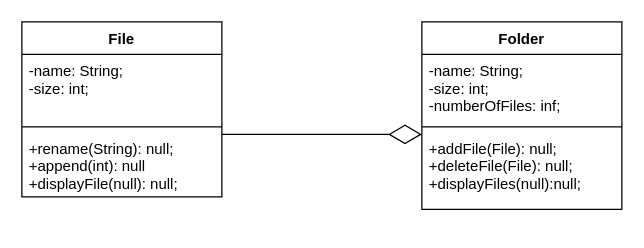
The draw.io diagram 07-AggregationAndComposition/FileSystem.drawio in Malichenko-Maksym/pp3, before the edit. Source tidied: cells renumbered, new cells numbered last; positions are measured from the earlier drawing's top-left corner, leaving out a move shared by most shapes. Both pictures are drawn from the tidied source at 125%, with x=0, y=0 at pixel (21, 21).
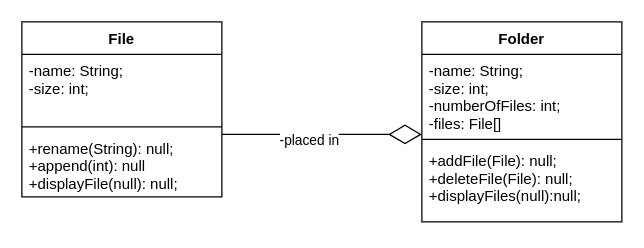
The same page after the edit.

Change to the diagram source:
```diff
@@
 <mxGraphModel>
   <root>
     <mxCell id="0" />
     <mxCell id="1" parent="0" />
     <mxCell id="2" value="File" style="swimlane;fontStyle=1;align=center;verticalAlign=top;horizontal=1;startSize=26;" parent="1" vertex="1">
       <mxGeometry width="160" height="140" as="geometry" />
     </mxCell>
     <mxCell id="3" value="-name: String;&#10;-size: int;" style="text;strokeColor=none;fillColor=none;align=left;verticalAlign=top;spacingLeft=4;spacingRight=4;overflow=hidden;" parent="2" vertex="1">
       <mxGeometry y="26" width="160" height="54" as="geometry" />
     </mxCell>
     <mxCell id="4" style="line;strokeWidth=1;fillColor=none;align=left;verticalAlign=middle;spacingTop=-1;spacingLeft=3;spacingRight=3;labelPosition=right;strokeColor=inherit;" parent="2" vertex="1">
       <mxGeometry y="80" width="160" height="8" as="geometry" />
     </mxCell>
     <mxCell id="5" value="+rename(String): null;&#10;+append(int): null&#10;+displayFile(null): null;" style="text;strokeColor=none;fillColor=none;align=left;verticalAlign=top;spacingLeft=4;spacingRight=4;overflow=hidden;" parent="2" vertex="1">
       <mxGeometry y="88" width="160" height="52" as="geometry" />
     </mxCell>
     <mxCell id="6" value="Folder" style="swimlane;fontStyle=1;align=center;verticalAlign=top;horizontal=1;startSize=26;" parent="1" vertex="1">
-      <mxGeometry x="320" width="160" height="150" as="geometry" />
+      <mxGeometry x="320" width="160" height="160" as="geometry" />
     </mxCell>
-    <mxCell id="7" value="-name: String;&#10;-size: int;&#10;-numberOfFiles: inf;" style="text;strokeColor=none;fillColor=none;align=left;verticalAlign=top;spacingLeft=4;spacingRight=4;overflow=hidden;" parent="6" vertex="1">
-      <mxGeometry y="26" width="160" height="54" as="geometry" />
+    <mxCell id="7" value="-name: String;&#10;-size: int;&#10;-numberOfFiles: int;&#10;-files: File[]" style="text;strokeColor=none;fillColor=none;align=left;verticalAlign=top;spacingLeft=4;spacingRight=4;overflow=hidden;" parent="6" vertex="1">
+      <mxGeometry y="26" width="160" height="64" as="geometry" />
     </mxCell>
     <mxCell id="8" style="line;strokeWidth=1;fillColor=none;align=left;verticalAlign=middle;spacingTop=-1;spacingLeft=3;spacingRight=3;labelPosition=right;strokeColor=inherit;" parent="6" vertex="1">
-      <mxGeometry y="80" width="160" height="8" as="geometry" />
+      <mxGeometry y="90" width="160" height="8" as="geometry" />
     </mxCell>
     <mxCell id="9" value="+addFile(File): null;&#10;+deleteFile(File): null;&#10;+displayFiles(null):null;" style="text;strokeColor=none;fillColor=none;align=left;verticalAlign=top;spacingLeft=4;spacingRight=4;overflow=hidden;" parent="6" vertex="1">
-      <mxGeometry y="88" width="160" height="62" as="geometry" />
+      <mxGeometry y="98" width="160" height="62" as="geometry" />
     </mxCell>
     <mxCell id="10" style="endArrow=diamondThin;endFill=0;endSize=24;html=1;rounded=0;" parent="1" edge="1">
       <mxGeometry relative="1" as="geometry">
         <mxPoint x="160" y="90" as="sourcePoint" />
         <mxPoint x="320" y="90" as="targetPoint" />
         <Array as="points">
           <mxPoint x="240" y="90" />
         </Array>
       </mxGeometry>
     </mxCell>
+    <mxCell id="11" value="-placed in" style="edgeLabel;html=1;align=center;verticalAlign=middle;" parent="10" vertex="1">
+      <mxGeometry x="-0.14" y="-4" relative="1" as="geometry" />
+    </mxCell>
   </root>
 </mxGraphModel>
```
